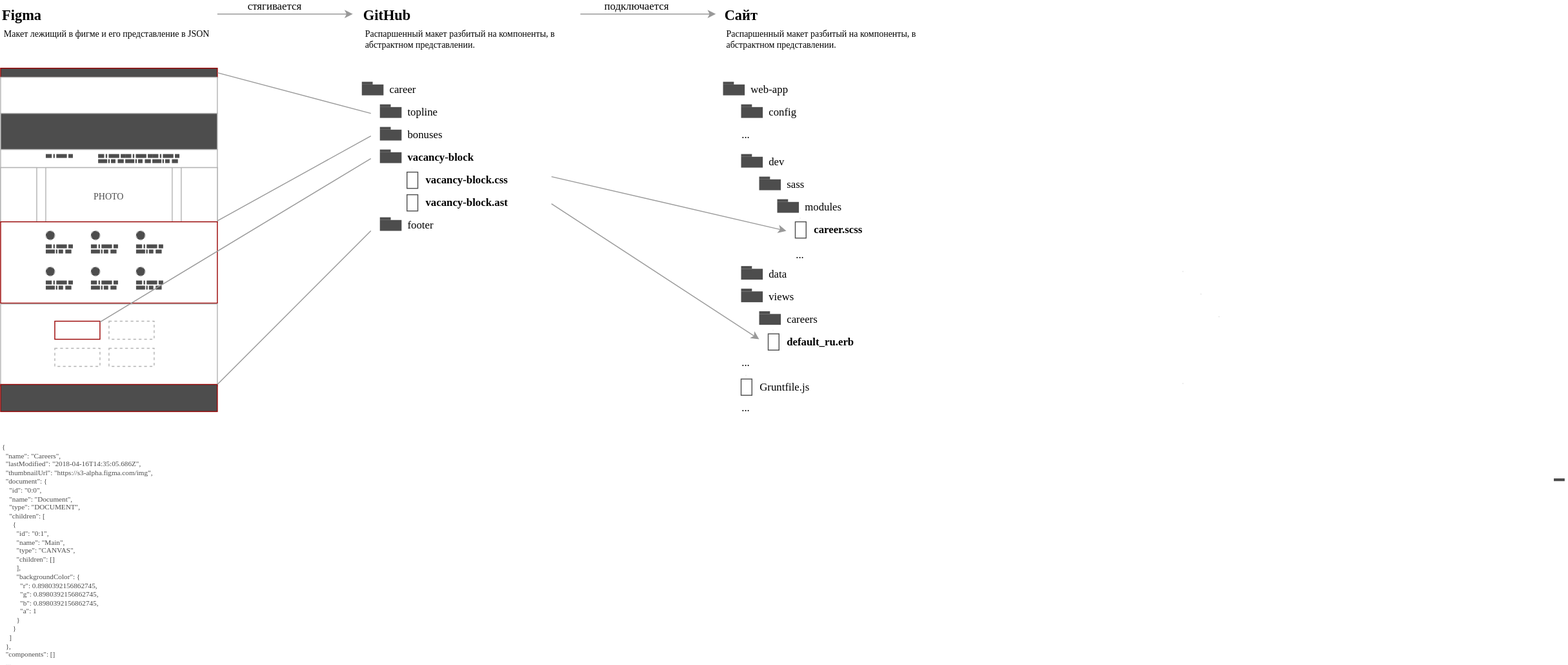
Earlier version of the draw.io export ambitious-figma.svg (ajile/draw-io). Source tidied: cells renumbered, new cells last; positions are measured from the earlier drawing's top-left corner, leaving out a move shared by most shapes.
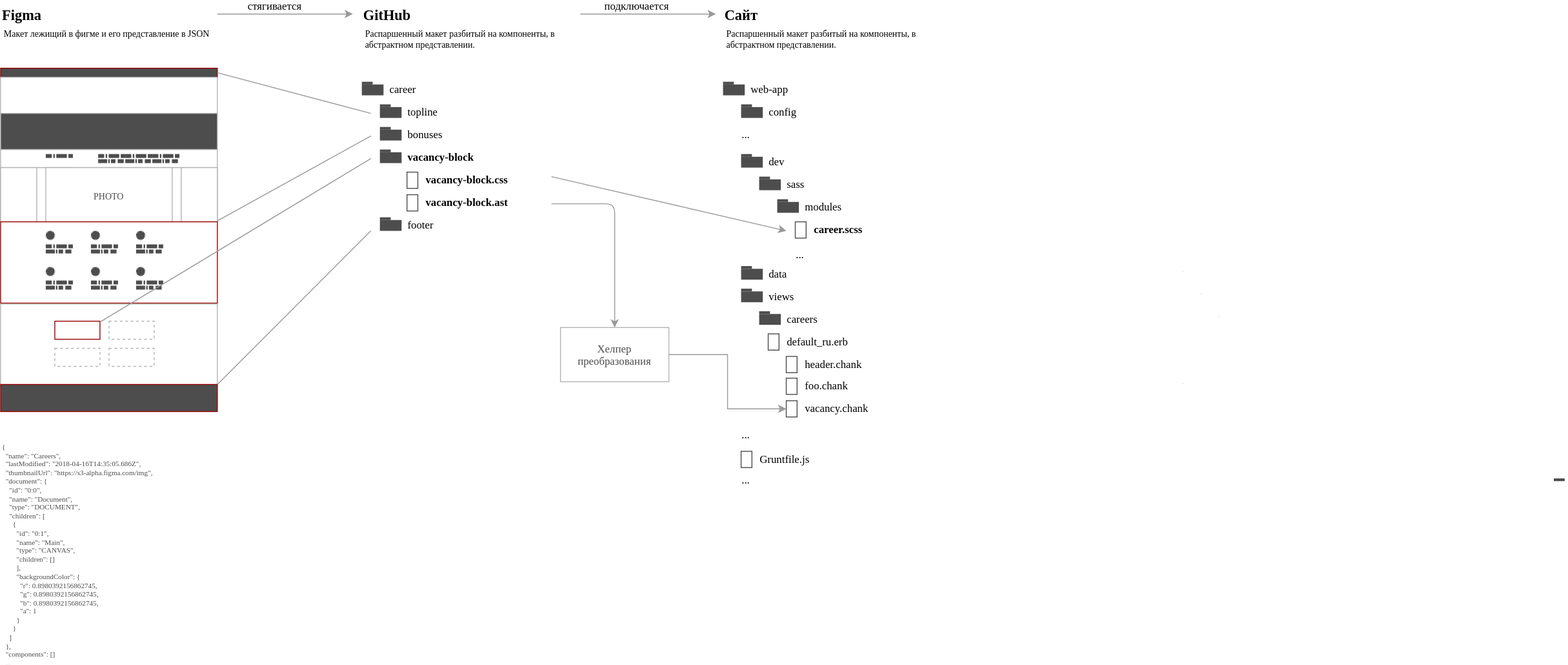
After the change.

Change to the diagram source:
```diff
@@ -673,7 +673,7 @@
       <mxGeometry x="824" y="83" width="136" height="20" as="geometry" />
     </mxCell>
     <mxCell id="220" style="group;strokeColor=none;" parent="98" vertex="1">
-      <mxGeometry x="820" y="410" width="14" height="25" as="geometry" />
+      <mxGeometry x="820" y="490" width="14" height="25" as="geometry" />
     </mxCell>
     <mxCell id="221" style="edgeStyle=none;rounded=0;html=1;exitX=0.75;exitY=0;entryX=0.75;entryY=0;dashed=1;labelBackgroundColor=none;startArrow=none;startFill=0;startSize=16;endArrow=classicThin;endFill=1;endSize=4;jettySize=auto;orthogonalLoop=1;strokeColor=#999999;strokeWidth=1;fontFamily=Verdana;fontSize=10;fontColor=#000000;" parent="220" edge="1">
       <mxGeometry relative="1" as="geometry">
@@ -688,7 +688,7 @@
       <mxGeometry y="-1" width="12" height="18" as="geometry" />
     </mxCell>
     <mxCell id="224" value="Gruntfile.js&lt;br style=&quot;font-size: 12px&quot;&gt;" style="text;html=1;strokeColor=none;fillColor=none;align=left;verticalAlign=middle;whiteSpace=wrap;rounded=0;shadow=0;fontFamily=Verdana;fontSize=12;fontColor=#000000;spacingLeft=5;" parent="98" vertex="1">
-      <mxGeometry x="834" y="412" width="136" height="20" as="geometry" />
+      <mxGeometry x="834" y="492" width="136" height="20" as="geometry" />
     </mxCell>
     <mxCell id="225" value="...&lt;br style=&quot;font-size: 12px&quot;&gt;" style="text;html=1;strokeColor=none;fillColor=none;align=left;verticalAlign=middle;whiteSpace=wrap;rounded=0;shadow=0;fontFamily=Verdana;fontSize=12;fontColor=#000000;spacingLeft=5;" parent="98" vertex="1">
       <mxGeometry x="814" y="133" width="136" height="20" as="geometry" />
@@ -726,19 +726,18 @@
     <mxCell id="235" style="rounded=0;whiteSpace=wrap;html=1;shadow=0;strokeColor=#4D4D4D;strokeWidth=1;fillColor=#ffffff;fontFamily=Verdana;fontSize=10;fontColor=#000000;align=left;gradientColor=none;" parent="234" vertex="1">
       <mxGeometry y="-1" width="12" height="18" as="geometry" />
     </mxCell>
-    <mxCell id="236" value="default_ru.erb&lt;br style=&quot;font-size: 12px&quot;&gt;" style="text;html=1;strokeColor=none;fillColor=none;align=left;verticalAlign=middle;whiteSpace=wrap;rounded=0;shadow=0;fontFamily=Verdana;fontSize=12;fontColor=#000000;spacingLeft=5;fontStyle=1;" parent="98" vertex="1">
+    <mxCell id="236" value="default_ru.erb&lt;br style=&quot;font-size: 12px&quot;&gt;" style="text;html=1;strokeColor=none;fillColor=none;align=left;verticalAlign=middle;whiteSpace=wrap;rounded=0;shadow=0;fontFamily=Verdana;fontSize=12;fontColor=#000000;spacingLeft=5;fontStyle=0;" parent="98" vertex="1">
       <mxGeometry x="864" y="362" width="136" height="20" as="geometry" />
     </mxCell>
     <mxCell id="237" value="...&lt;br style=&quot;font-size: 12px&quot;&gt;" style="text;html=1;strokeColor=none;fillColor=none;align=left;verticalAlign=middle;whiteSpace=wrap;rounded=0;shadow=0;fontFamily=Verdana;fontSize=12;fontColor=#000000;spacingLeft=5;" parent="98" vertex="1">
-      <mxGeometry x="814" y="385" width="136" height="20" as="geometry" />
+      <mxGeometry x="814" y="465" width="136" height="20" as="geometry" />
     </mxCell>
     <mxCell id="238" value="...&lt;br style=&quot;font-size: 12px&quot;&gt;" style="text;html=1;strokeColor=none;fillColor=none;align=left;verticalAlign=middle;whiteSpace=wrap;rounded=0;shadow=0;fontFamily=Verdana;fontSize=12;fontColor=#000000;spacingLeft=5;" parent="98" vertex="1">
-      <mxGeometry x="814" y="435" width="136" height="20" as="geometry" />
+      <mxGeometry x="814" y="515" width="136" height="20" as="geometry" />
     </mxCell>
-    <mxCell id="239" style="endArrow=classic;html=1;labelBackgroundColor=none;strokeColor=#999999;strokeWidth=1;fontFamily=Verdana;fontSize=12;fontColor=#000000;startArrow=none;startFill=0;endFill=1;" parent="98" edge="1">
+    <mxCell id="239" style="endArrow=classic;html=1;labelBackgroundColor=none;strokeColor=#999999;strokeWidth=1;fontFamily=Verdana;fontSize=12;fontColor=#000000;startArrow=none;startFill=0;endFill=1;entryX=0.5;entryY=0;edgeStyle=orthogonalEdgeStyle;" parent="98" edge="1" target="273">
       <mxGeometry relative="1" as="geometry">
         <mxPoint x="610" y="220" as="sourcePoint" />
-        <mxPoint x="840" y="370" as="targetPoint" />
       </mxGeometry>
     </mxCell>
     <mxCell id="240" style="group;strokeColor=none;" parent="98" vertex="1">
@@ -861,5 +860,68 @@
         <mxPoint x="1" y="-9" as="offset" />
       </mxGeometry>
     </mxCell>
+    <mxCell id="272" style="edgeStyle=orthogonalEdgeStyle;rounded=0;html=1;entryX=0;entryY=0.5;labelBackgroundColor=none;startArrow=none;startFill=0;endArrow=classic;endFill=1;jettySize=auto;strokeColor=#999999;strokeWidth=1;fontFamily=Verdana;fontSize=12;fontColor=#4D4D4D;" parent="98" edge="1" source="273" target="287">
+      <mxGeometry relative="1" as="geometry" />
+    </mxCell>
+    <mxCell id="273" value="Хелпер преобразования" style="rounded=0;whiteSpace=wrap;html=1;shadow=0;strokeColor=#B3B3B3;strokeWidth=1;fillColor=#ffffff;gradientColor=none;fontFamily=Verdana;fontSize=12;fontColor=#4D4D4D;align=center;" parent="98" vertex="1">
+      <mxGeometry x="620" y="357" width="120" height="60" as="geometry" />
+    </mxCell>
+    <mxCell id="274" style="group;strokeColor=none;" parent="98" vertex="1">
+      <mxGeometry x="870" y="385" width="14" height="25" as="geometry" />
+    </mxCell>
+    <mxCell id="275" style="edgeStyle=none;rounded=0;html=1;exitX=0.75;exitY=0;entryX=0.75;entryY=0;dashed=1;labelBackgroundColor=none;startArrow=none;startFill=0;startSize=16;endArrow=classicThin;endFill=1;endSize=4;jettySize=auto;orthogonalLoop=1;strokeColor=#999999;strokeWidth=1;fontFamily=Verdana;fontSize=10;fontColor=#000000;" parent="274" edge="1">
+      <mxGeometry relative="1" as="geometry">
+        <mxPoint x="5.2" as="sourcePoint" />
+        <mxPoint x="5.2" as="targetPoint" />
+      </mxGeometry>
+    </mxCell>
+    <mxCell id="276" style="group;" parent="274" vertex="1">
+      <mxGeometry y="5" width="14" height="20" as="geometry" />
+    </mxCell>
+    <mxCell id="277" style="rounded=0;whiteSpace=wrap;html=1;shadow=0;strokeColor=#4D4D4D;strokeWidth=1;fillColor=#ffffff;fontFamily=Verdana;fontSize=10;fontColor=#000000;align=left;gradientColor=none;" parent="276" vertex="1">
+      <mxGeometry y="-1" width="12" height="18" as="geometry" />
+    </mxCell>
+    <mxCell id="278" value="header.chank&lt;br style=&quot;font-size: 12px&quot;&gt;" style="text;html=1;strokeColor=none;fillColor=none;align=left;verticalAlign=middle;whiteSpace=wrap;rounded=0;shadow=0;fontFamily=Verdana;fontSize=12;fontColor=#000000;spacingLeft=5;fontStyle=0;" parent="98" vertex="1">
+      <mxGeometry x="884" y="387" width="136" height="20" as="geometry" />
+    </mxCell>
+    <mxCell id="279" style="group;strokeColor=none;" parent="98" vertex="1">
+      <mxGeometry x="870" y="409" width="14" height="25" as="geometry" />
+    </mxCell>
+    <mxCell id="280" style="edgeStyle=none;rounded=0;html=1;exitX=0.75;exitY=0;entryX=0.75;entryY=0;dashed=1;labelBackgroundColor=none;startArrow=none;startFill=0;startSize=16;endArrow=classicThin;endFill=1;endSize=4;jettySize=auto;orthogonalLoop=1;strokeColor=#999999;strokeWidth=1;fontFamily=Verdana;fontSize=10;fontColor=#000000;" parent="279" edge="1">
+      <mxGeometry relative="1" as="geometry">
+        <mxPoint x="5.2" as="sourcePoint" />
+        <mxPoint x="5.2" as="targetPoint" />
+      </mxGeometry>
+    </mxCell>
+    <mxCell id="281" style="group;" parent="279" vertex="1">
+      <mxGeometry y="5" width="14" height="20" as="geometry" />
+    </mxCell>
+    <mxCell id="282" style="rounded=0;whiteSpace=wrap;html=1;shadow=0;strokeColor=#4D4D4D;strokeWidth=1;fillColor=#ffffff;fontFamily=Verdana;fontSize=10;fontColor=#000000;align=left;gradientColor=none;" parent="281" vertex="1">
+      <mxGeometry y="-1" width="12" height="18" as="geometry" />
+    </mxCell>
+    <mxCell id="283" value="foo.chank&lt;br style=&quot;font-size: 12px&quot;&gt;" style="text;html=1;strokeColor=none;fillColor=none;align=left;verticalAlign=middle;whiteSpace=wrap;rounded=0;shadow=0;fontFamily=Verdana;fontSize=12;fontColor=#000000;spacingLeft=5;fontStyle=0;" parent="98" vertex="1">
+      <mxGeometry x="884" y="411" width="136" height="20" as="geometry" />
+    </mxCell>
+    <mxCell id="284" style="group;strokeColor=none;" parent="98" vertex="1">
+      <mxGeometry x="870" y="434" width="14" height="25" as="geometry" />
+    </mxCell>
+    <mxCell id="285" style="edgeStyle=none;rounded=0;html=1;exitX=0.75;exitY=0;entryX=0.75;entryY=0;dashed=1;labelBackgroundColor=none;startArrow=none;startFill=0;startSize=16;endArrow=classicThin;endFill=1;endSize=4;jettySize=auto;orthogonalLoop=1;strokeColor=#999999;strokeWidth=1;fontFamily=Verdana;fontSize=10;fontColor=#000000;" parent="284" edge="1">
+      <mxGeometry relative="1" as="geometry">
+        <mxPoint x="5.2" as="sourcePoint" />
+        <mxPoint x="5.2" as="targetPoint" />
+      </mxGeometry>
+    </mxCell>
+    <mxCell id="286" style="group;" parent="284" vertex="1">
+      <mxGeometry y="5" width="14" height="20" as="geometry" />
+    </mxCell>
+    <mxCell id="287" style="rounded=0;whiteSpace=wrap;html=1;shadow=0;strokeColor=#4D4D4D;strokeWidth=1;fillColor=#ffffff;fontFamily=Verdana;fontSize=10;fontColor=#000000;align=left;gradientColor=none;" parent="286" vertex="1">
+      <mxGeometry y="-1" width="12" height="18" as="geometry" />
+    </mxCell>
+    <mxCell id="288" value="vacancy.chank&lt;br style=&quot;font-size: 12px&quot;&gt;" style="text;html=1;strokeColor=none;fillColor=none;align=left;verticalAlign=middle;whiteSpace=wrap;rounded=0;shadow=0;fontFamily=Verdana;fontSize=12;fontColor=#000000;spacingLeft=5;fontStyle=0;" parent="98" vertex="1">
+      <mxGeometry x="884" y="436" width="136" height="20" as="geometry" />
+    </mxCell>
+    <mxCell id="289" style="edgeStyle=orthogonalEdgeStyle;rounded=0;html=1;exitX=0.25;exitY=1;entryX=0.25;entryY=1;labelBackgroundColor=none;startArrow=none;startFill=0;endArrow=classic;endFill=1;jettySize=auto;orthogonalLoop=1;strokeColor=#999999;strokeWidth=1;fontFamily=Verdana;fontSize=12;fontColor=#4D4D4D;" parent="98" edge="1" source="288" target="288">
+      <mxGeometry relative="1" as="geometry" />
+    </mxCell>
   </root>
 </mxGraphModel>
```
